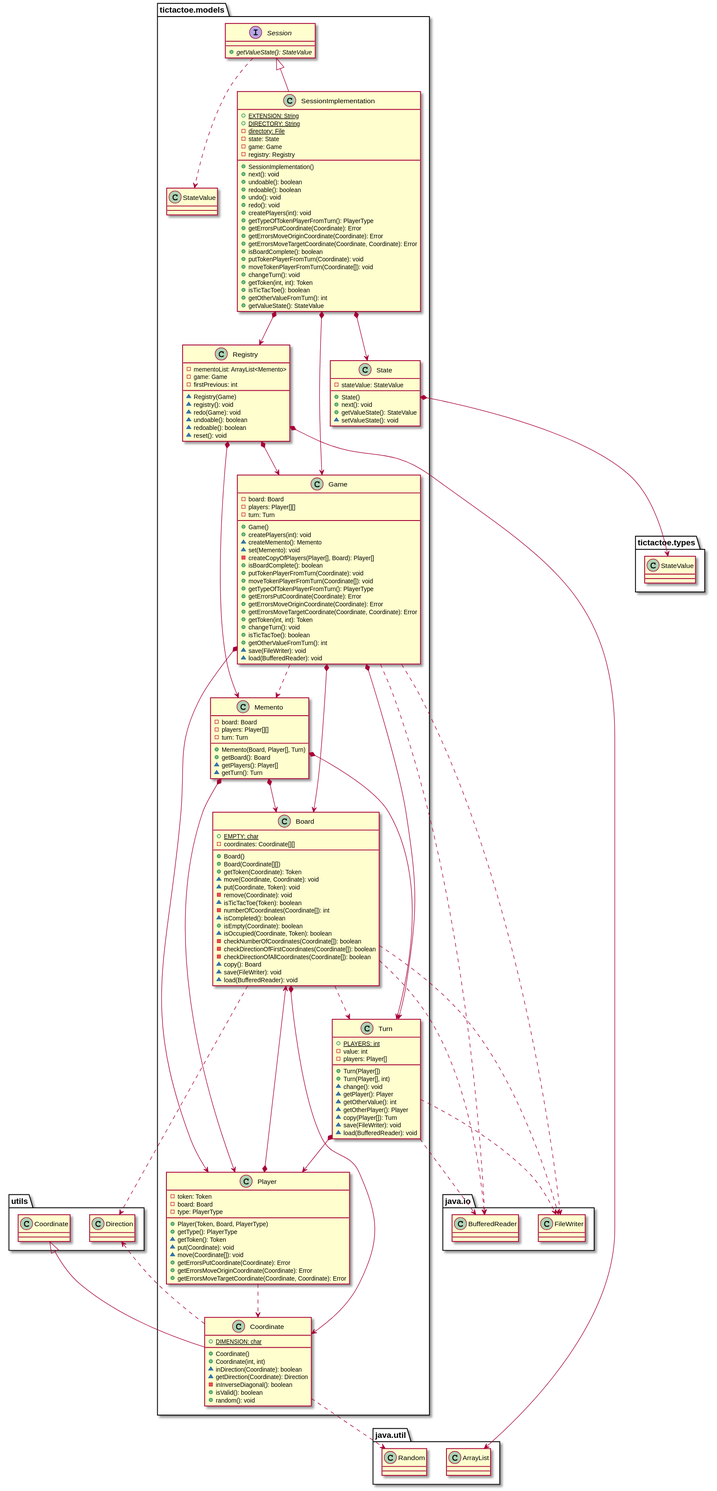
Before: docs/build/docs/asciidoc/images/tictactoeModelsVersion11.svg, a diagram exported from PlantUML (x-USantaTecla-game-ticTacToe/java).
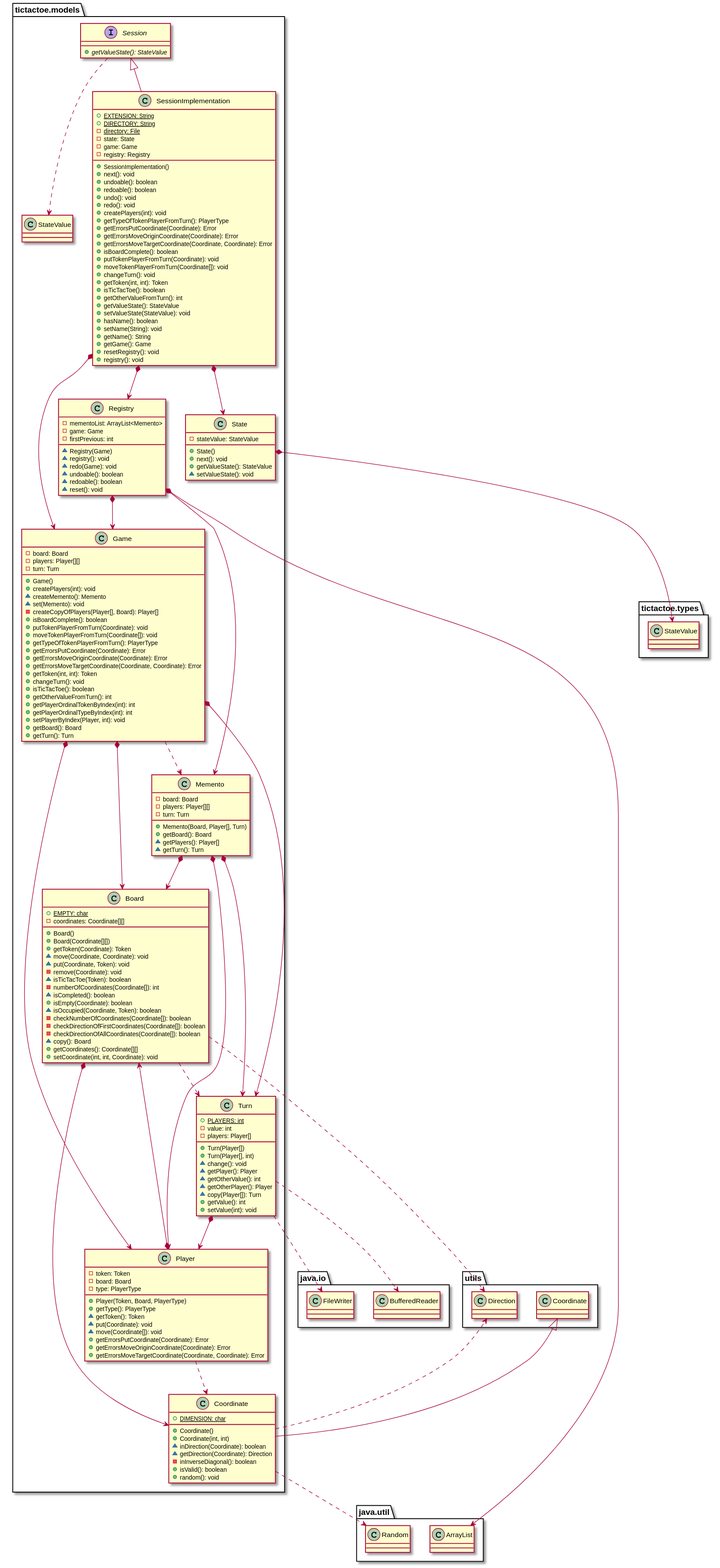
Above is the later version.

What changed in the source:
```diff
@@ -18,14 +18,12 @@
 - checkDirectionOfFirstCoordinates(Coordinate[]): boolean
 - checkDirectionOfAllCoordinates(Coordinate[]): boolean
 ~ copy(): Board
-~ save(FileWriter): void
-~ load(BufferedReader): void
++ getCoordinates(): Coordinate[][]
++ setCoordinate(int, int, Coordinate): void
 }
 tictactoe.models.Board *-down-> tictactoe.models.Coordinate
 tictactoe.models.Board ..> tictactoe.models.Turn
 tictactoe.models.Board ..> utils.Direction
-tictactoe.models.Board ..> java.io.FileWriter
-tictactoe.models.Board ..> java.io.BufferedReader
 
 class  tictactoe.models.Coordinate{
 + {static} DIMENSION: char
@@ -61,15 +59,16 @@
 + changeTurn(): void
 + isTicTacToe(): boolean
 + getOtherValueFromTurn(): int
-~ save(FileWriter): void
-~ load(BufferedReader): void
++ getPlayerOrdinalTokenByIndex(int): int
++ getPlayerOrdinalTypeByIndex(int): int
++ setPlayerByIndex(Player, int): void
++ getBoard(): Board
++ getTurn(): Turn
 }
 tictactoe.models.Game *-down-> tictactoe.models.Board
 tictactoe.models.Game *-down-> tictactoe.models.Player
 tictactoe.models.Game *-down-> tictactoe.models.Turn
 tictactoe.models.Game ..> tictactoe.models.Memento
-tictactoe.models.Game ..> java.io.FileWriter
-tictactoe.models.Game ..> java.io.BufferedReader
 
 class  tictactoe.models.Memento{
 - board: Board
@@ -146,6 +145,13 @@
 + isTicTacToe(): boolean
 + getOtherValueFromTurn(): int
 + getValueState(): StateValue
++ setValueState(StateValue): void
++ hasName(): boolean
++ setName(String): void
++ getName(): String
++ getGame(): Game
++ resetRegistry(): void
++ registry(): void
 }
 tictactoe.models.Session <|-down- tictactoe.models.SessionImplementation
 tictactoe.models.SessionImplementation *-down-> tictactoe.models.State
@@ -172,8 +178,8 @@
 ~ getOtherValue(): int
 ~ getOtherPlayer(): Player
 ~ copy(Player[]): Turn
-~ save(FileWriter): void
-~ load(BufferedReader): void
++ getValue(): int
++ setValue(int): void
 }
 tictactoe.models.Turn *-down-> tictactoe.models.Player
 tictactoe.models.Turn ..> java.io.FileWriter
```
